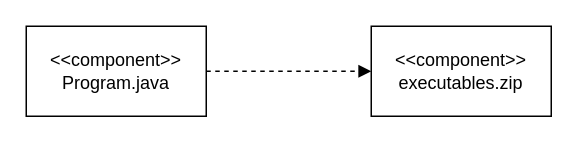
Above: tuto11wia2002q6.drawio in justn0thinghere/drawio (draw.io), before the change. Source tidied: cells renumbered, new cells numbered last; positions are measured from the earlier drawing's top-left corner, leaving out a move shared by most shapes. Both pictures are drawn from the tidied source at 150%, with x=0, y=0 at pixel (26, 26).
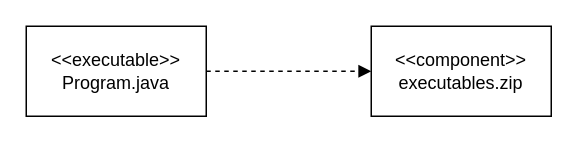
After the change.

Diff of the diagram source:
```diff
@@
 <mxGraphModel>
   <root>
     <mxCell id="0" />
     <mxCell id="1" parent="0" />
-    <mxCell id="2" value="&amp;lt;&amp;lt;component&amp;gt;&amp;gt;&lt;div&gt;Program.java&lt;/div&gt;" style="rounded=0;whiteSpace=wrap;html=1;" parent="1" vertex="1">
+    <mxCell id="2" value="&amp;lt;&amp;lt;executable&amp;gt;&amp;gt;&lt;div&gt;Program.java&lt;/div&gt;" style="rounded=0;whiteSpace=wrap;html=1;" parent="1" vertex="1">
       <mxGeometry width="120" height="60" as="geometry" />
     </mxCell>
     <mxCell id="3" value="&amp;lt;&amp;lt;component&amp;gt;&amp;gt;&lt;div&gt;executables.zip&lt;/div&gt;" style="rounded=0;whiteSpace=wrap;html=1;" parent="1" vertex="1">
       <mxGeometry x="230" width="120" height="60" as="geometry" />
     </mxCell>
     <mxCell id="4" style="endArrow=block;html=1;rounded=0;exitX=1;exitY=0.5;exitDx=0;exitDy=0;entryX=0;entryY=0.5;entryDx=0;entryDy=0;dashed=1;endFill=1;" parent="1" edge="1" source="2" target="3">
       <mxGeometry relative="1" as="geometry" />
     </mxCell>
   </root>
 </mxGraphModel>
```
